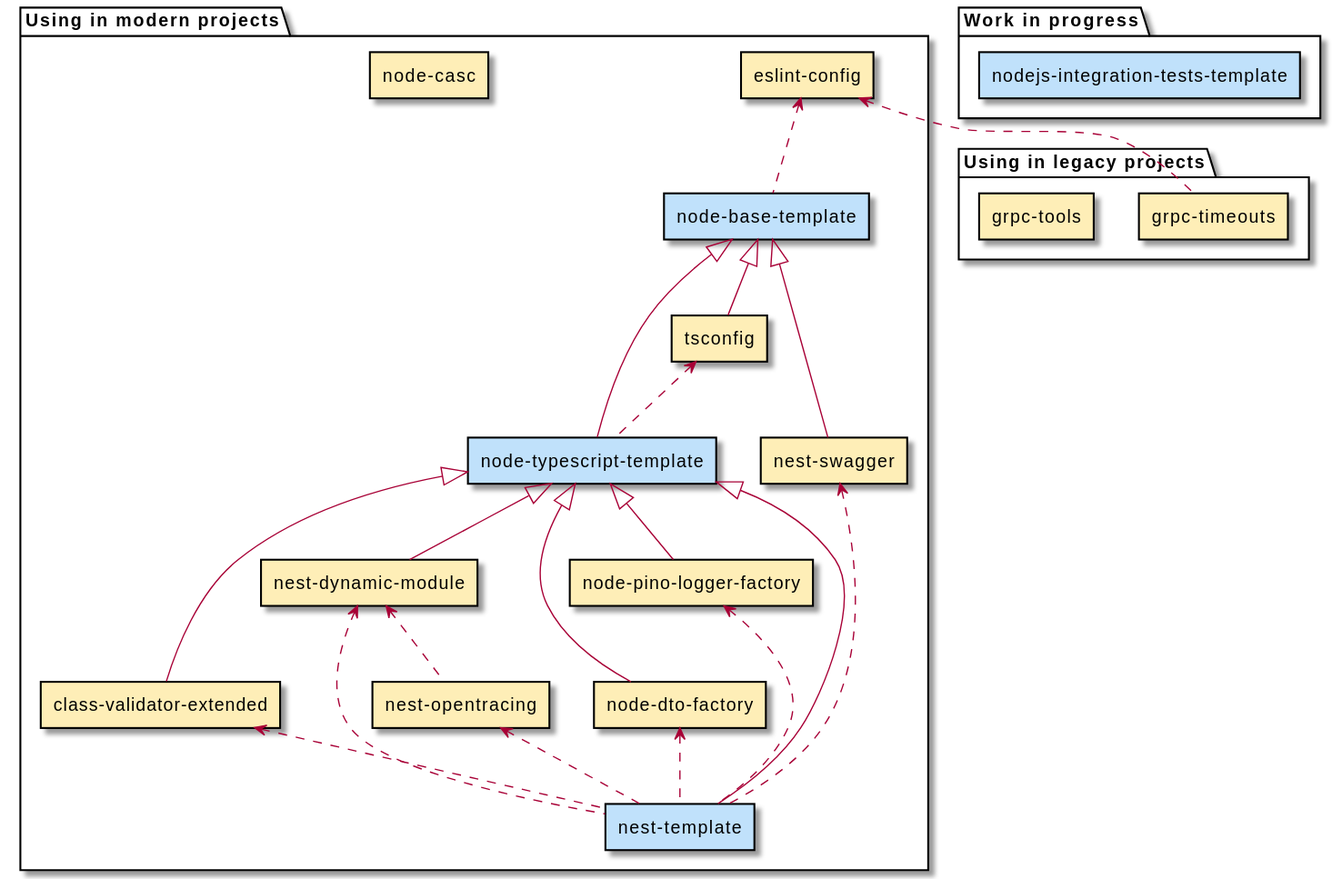
This is docs/nodejs.svg from Byndyusoft/awesome-byndyusoft-opensource, a PlantUML export, as it was before one commit.
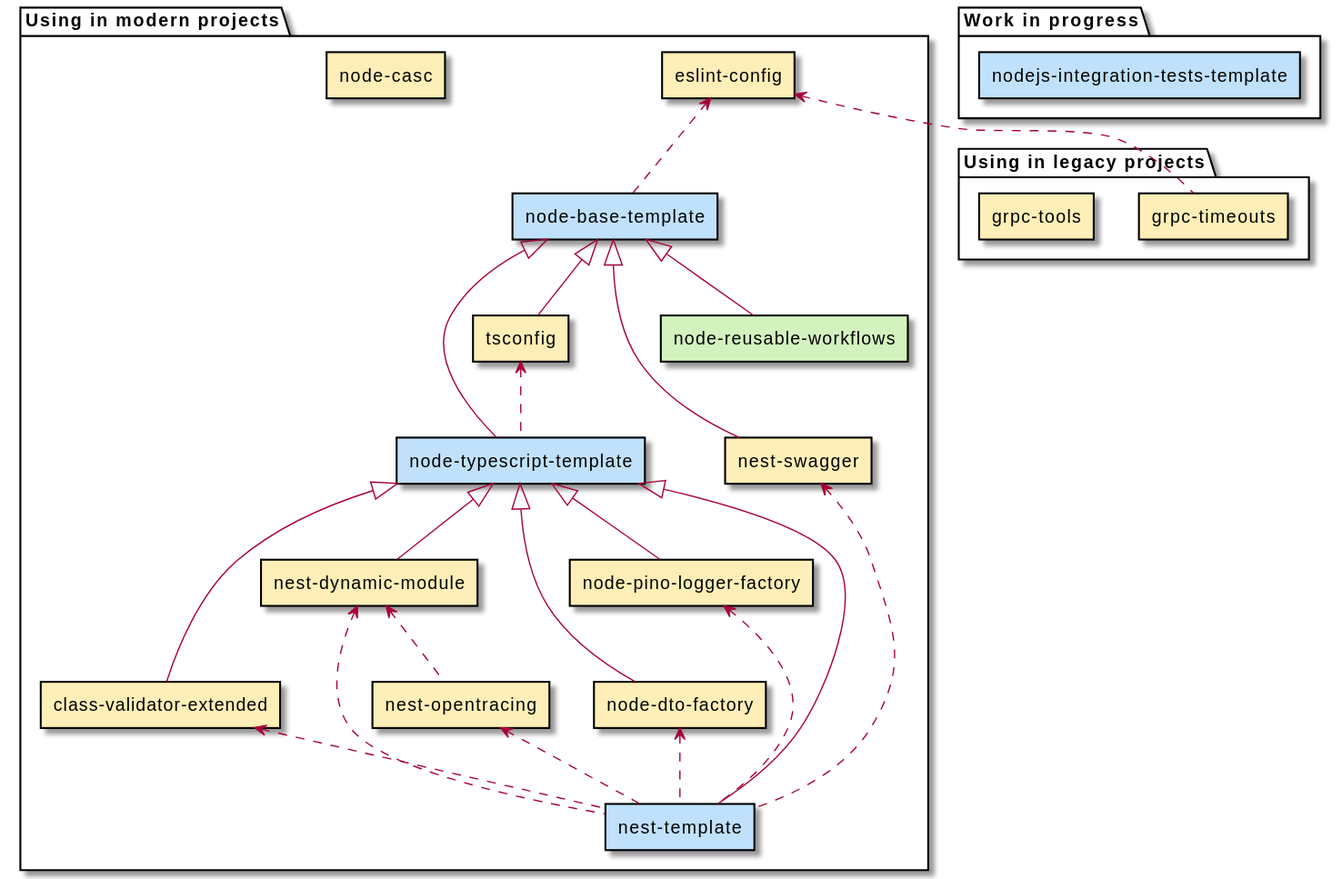
Above is the later version.

The edit, as a diff of the source:
```diff
@@ -16,6 +16,8 @@
   PACKAGE("node-dto-factory")
   PACKAGE("node-pino-logger-factory")
   PACKAGE("tsconfig")
+
+  INFRA("node-reusable-workflows")
 }
 
 folder "Work in progress" {
@@ -56,4 +58,6 @@
 
 USE("grpc-timeouts", "eslint-config")
 
+EXTENDS("node-reusable-workflows", "node-base-template")
+
 @enduml
```
